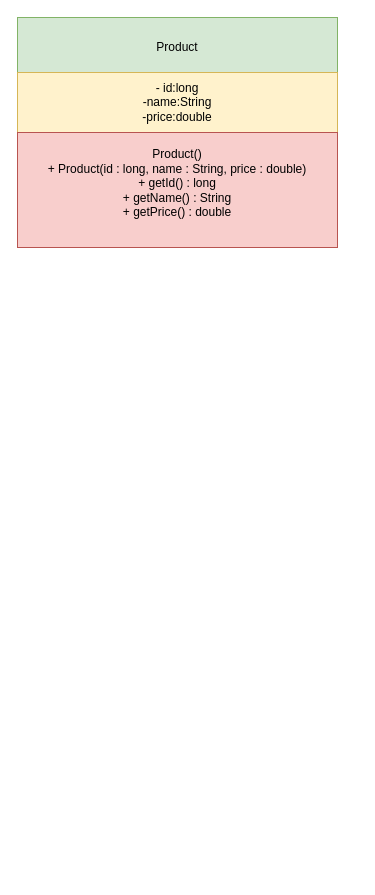
Mohammed-Westminster/products-api keeps this draw.io diagram as docs/uml/PRODUCT_CLASS_HIERARCHY.drawio. Above is the earlier version. Source tidied: cells renumbered, new cells numbered last; positions are measured from the earlier drawing's top-left corner, leaving out a move shared by most shapes. Both pictures are drawn from the tidied source at 100%, with x=0, y=0 at pixel (17, 17).
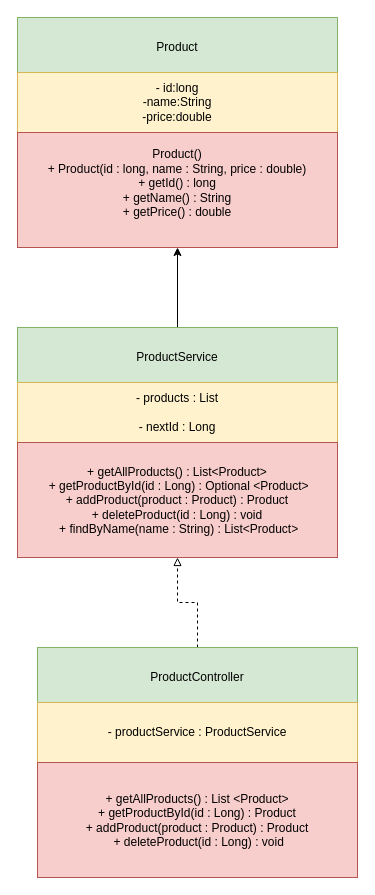
The same diagram, later.

Diff of the diagram source:
```diff
@@
 <mxGraphModel>
   <root>
     <mxCell id="0" />
     <mxCell id="1" parent="0" />
     <mxCell id="2" style="rounded=0;whiteSpace=wrap;html=1;" parent="1" vertex="1">
       <mxGeometry width="320" height="230" as="geometry" />
     </mxCell>
     <mxCell id="3" style="endArrow=none;html=1;rounded=0;exitX=0;exitY=0.25;exitDx=0;exitDy=0;entryX=1;entryY=0.25;entryDx=0;entryDy=0;" parent="1" edge="1" source="2" target="2">
       <mxGeometry relative="1" as="geometry" />
     </mxCell>
     <mxCell id="4" style="endArrow=none;html=1;rounded=0;exitX=0;exitY=0.5;exitDx=0;exitDy=0;entryX=1;entryY=0.5;entryDx=0;entryDy=0;" parent="1" edge="1" source="2" target="2">
       <mxGeometry relative="1" as="geometry" />
     </mxCell>
     <mxCell id="5" value="Product" style="text;html=1;whiteSpace=wrap;strokeColor=#82b366;fillColor=#d5e8d4;align=center;verticalAlign=middle;rounded=0;" parent="1" vertex="1">
       <mxGeometry width="320" height="60" as="geometry" />
     </mxCell>
     <mxCell id="6" value="- id:long&lt;div&gt;-name:String&lt;/div&gt;&lt;div&gt;-price:double&lt;/div&gt;" style="text;html=1;whiteSpace=wrap;strokeColor=#d6b656;fillColor=#fff2cc;align=center;verticalAlign=middle;rounded=0;" parent="1" vertex="1">
       <mxGeometry y="55" width="320" height="60" as="geometry" />
     </mxCell>
     <mxCell id="7" value="Product()&lt;br&gt; + Product(id : long, name : String, price : double)&lt;br&gt; + getId() : long&lt;br&gt; + getName() : String&lt;br&gt; + getPrice() : double&lt;div&gt;&lt;br&gt;&lt;/div&gt;" style="text;html=1;whiteSpace=wrap;strokeColor=#b85450;fillColor=#f8cecc;align=center;verticalAlign=middle;rounded=0;" parent="1" vertex="1">
       <mxGeometry y="115" width="320" height="115" as="geometry" />
     </mxCell>
+    <mxCell id="8" style="edgeStyle=orthogonalEdgeStyle;rounded=0;jettySize=auto;html=1;endArrow=classic;endFill=1;startArrow=none;startFill=0;" parent="1" edge="1" source="9" target="7">
+      <mxGeometry relative="1" as="geometry" />
+    </mxCell>
+    <mxCell id="9" value="ProductService" style="text;html=1;whiteSpace=wrap;strokeColor=#82b366;fillColor=#d5e8d4;align=center;verticalAlign=middle;rounded=0;" parent="1" vertex="1">
+      <mxGeometry y="310" width="320" height="60" as="geometry" />
+    </mxCell>
+    <mxCell id="10" value="- products : List&lt;div&gt;&lt;br/&gt; - nextId : Long&lt;/div&gt;" style="text;html=1;whiteSpace=wrap;strokeColor=#d6b656;fillColor=#fff2cc;align=center;verticalAlign=middle;rounded=0;" parent="1" vertex="1">
+      <mxGeometry y="365" width="320" height="60" as="geometry" />
+    </mxCell>
+    <mxCell id="11" value="&lt;div&gt;+ getAllProducts() :&amp;nbsp;&lt;span style=&quot;background-color: transparent; color: light-dark(rgb(0, 0, 0), rgb(255, 255, 255));&quot;&gt;List&amp;lt;Product&amp;gt;&lt;/span&gt;&lt;/div&gt;&lt;div&gt;&amp;nbsp;+ getProductById(id : Long) : Optional&amp;nbsp;&lt;span style=&quot;background-color: transparent; color: light-dark(rgb(0, 0, 0), rgb(255, 255, 255));&quot;&gt;&amp;lt;Product&amp;gt;&lt;/span&gt;&lt;/div&gt;&lt;div&gt;&amp;nbsp;+ addProduct(product : Product) : Product&amp;nbsp;&lt;/div&gt;&lt;div&gt;&amp;nbsp;+ deleteProduct(id : Long) : void&amp;nbsp;&lt;/div&gt;&lt;div&gt;&amp;nbsp;+ findByName(name : String) : List&amp;lt;Product&amp;gt;&lt;/div&gt;" style="text;html=1;whiteSpace=wrap;strokeColor=#b85450;fillColor=#f8cecc;align=center;verticalAlign=middle;rounded=0;" parent="1" vertex="1">
+      <mxGeometry y="425" width="320" height="115" as="geometry" />
+    </mxCell>
+    <mxCell id="12" style="edgeStyle=orthogonalEdgeStyle;rounded=0;jettySize=auto;html=1;dashed=1;endArrow=block;endFill=0;" parent="1" edge="1" source="13" target="11">
+      <mxGeometry relative="1" as="geometry" />
+    </mxCell>
+    <mxCell id="13" value="ProductController" style="text;html=1;whiteSpace=wrap;strokeColor=#82b366;fillColor=#d5e8d4;align=center;verticalAlign=middle;rounded=0;" parent="1" vertex="1">
+      <mxGeometry x="20" y="630" width="320" height="60" as="geometry" />
+    </mxCell>
+    <mxCell id="14" value="- productService : ProductService" style="text;html=1;whiteSpace=wrap;strokeColor=#d6b656;fillColor=#fff2cc;align=center;verticalAlign=middle;rounded=0;" parent="1" vertex="1">
+      <mxGeometry x="20" y="685" width="320" height="60" as="geometry" />
+    </mxCell>
+    <mxCell id="15" value="+ getAllProducts() : List&amp;nbsp;&amp;lt;Product&amp;gt;&lt;div&gt;&amp;nbsp;+ getProductById(id : Long) : Product&amp;nbsp;&lt;/div&gt;&lt;div&gt;&amp;nbsp;+ addProduct(product : Product) : Product&amp;nbsp;&lt;/div&gt;&lt;div&gt;&amp;nbsp;+ deleteProduct(id : Long) : void&lt;/div&gt;" style="text;html=1;whiteSpace=wrap;strokeColor=#b85450;fillColor=#f8cecc;align=center;verticalAlign=middle;rounded=0;" parent="1" vertex="1">
+      <mxGeometry x="20" y="745" width="320" height="115" as="geometry" />
+    </mxCell>
   </root>
 </mxGraphModel>
```
